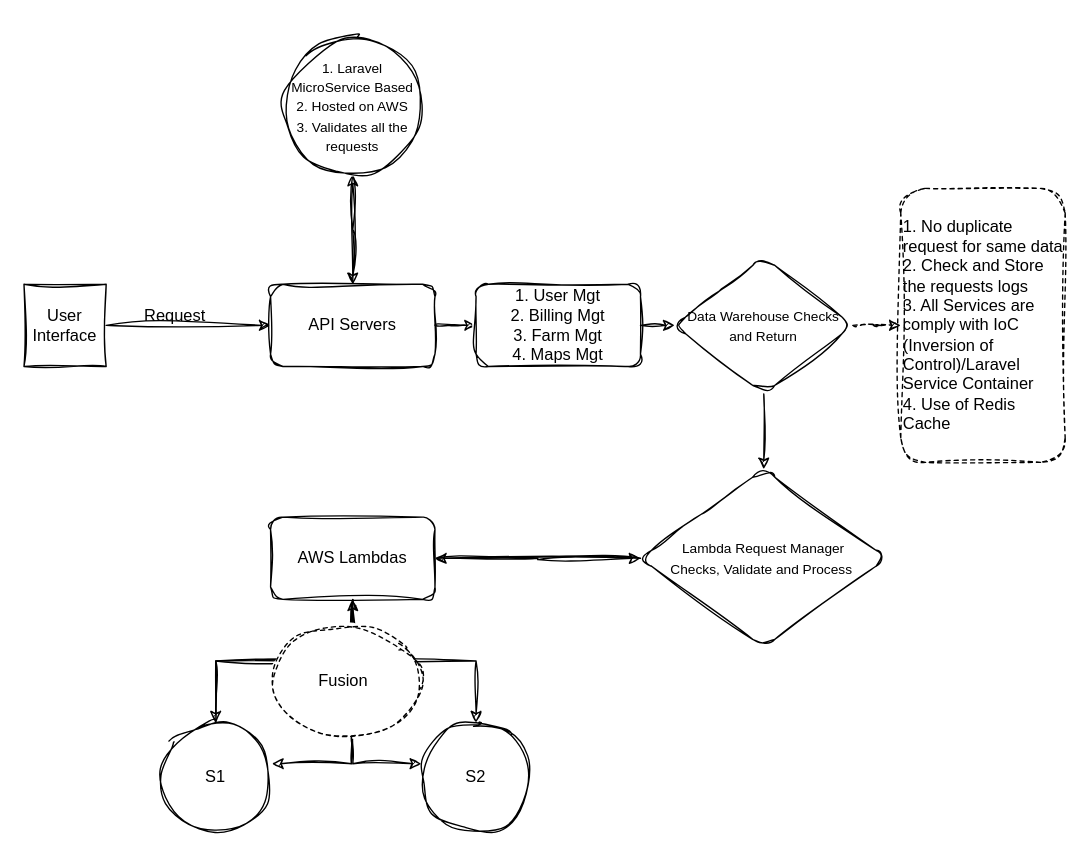
Earlier version of the draw.io diagram SpaceNus-BackEnd_API_Services.drawio (AsifKibria/SpaceNus-API-Diagram). Source tidied: cells renumbered, new cells numbered last; positions are measured from the earlier drawing's top-left corner, leaving out a move shared by most shapes. Both pictures are drawn from the tidied source at 137%, with x=0, y=0 at pixel (23, 37).
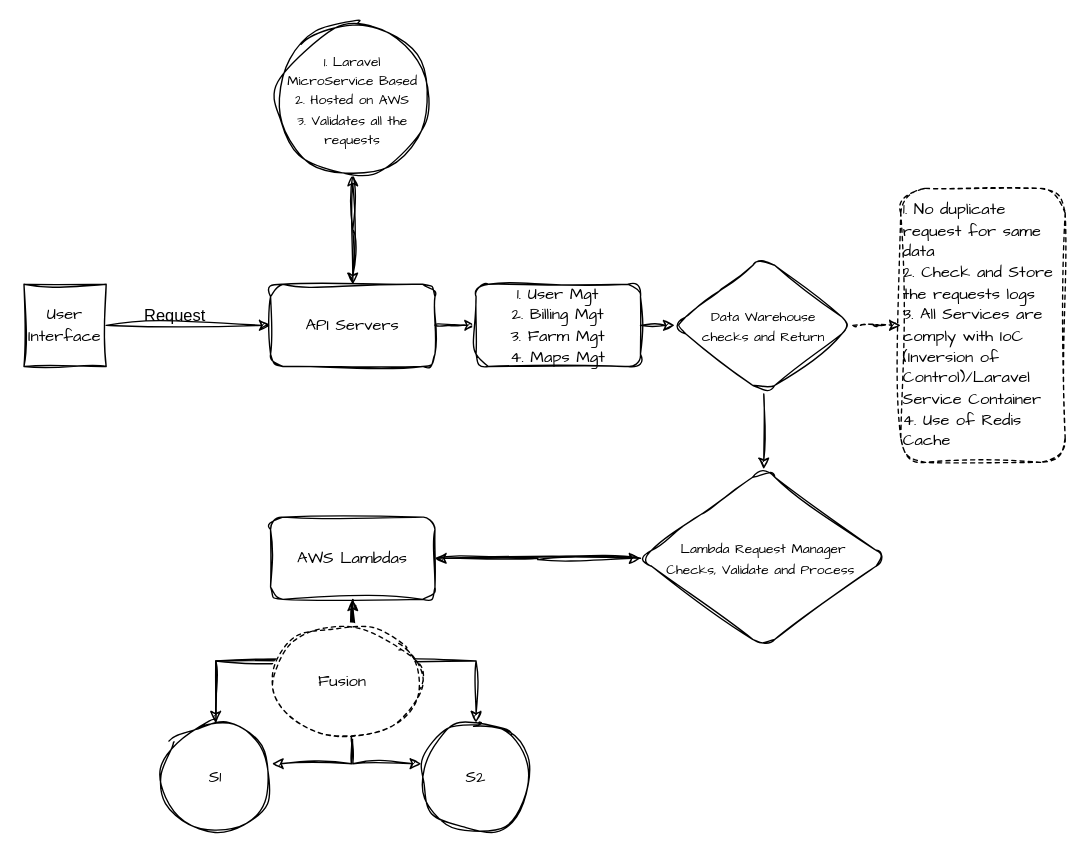
After the change.

The edit, as a diff of the source:
```diff
@@
-    <mxCell id="3" value="User Interface" style="whiteSpace=wrap;html=1;sketch=1;curveFitting=1;jiggle=2;labelBackgroundColor=none;" parent="1" vertex="1">
+    <mxCell id="3" value="&lt;font face=&quot;Comic Sans MS&quot;&gt;User Interface&lt;/font&gt;" style="whiteSpace=wrap;html=1;sketch=1;curveFitting=1;jiggle=2;labelBackgroundColor=none;" parent="1" vertex="1">
       <mxGeometry y="180" width="60" height="60" as="geometry" />
     </mxCell>
@@
-    <mxCell id="6" value="API Servers&lt;br&gt;" style="rounded=1;whiteSpace=wrap;html=1;sketch=1;curveFitting=1;jiggle=2;labelBackgroundColor=none;" parent="1" vertex="1">
+    <mxCell id="6" value="&lt;font face=&quot;Comic Sans MS&quot;&gt;API Servers&lt;/font&gt;" style="rounded=1;whiteSpace=wrap;html=1;sketch=1;curveFitting=1;jiggle=2;labelBackgroundColor=none;" parent="1" vertex="1">
       <mxGeometry x="180" y="180" width="120" height="60" as="geometry" />
     </mxCell>
@@
-    <mxCell id="10" value="AWS Lambdas" style="rounded=1;whiteSpace=wrap;html=1;sketch=1;curveFitting=1;jiggle=2;labelBackgroundColor=none;" parent="1" vertex="1">
+    <mxCell id="10" value="&lt;font face=&quot;Comic Sans MS&quot;&gt;AWS Lambdas&lt;/font&gt;" style="rounded=1;whiteSpace=wrap;html=1;sketch=1;curveFitting=1;jiggle=2;labelBackgroundColor=none;" parent="1" vertex="1">
       <mxGeometry x="180" y="350" width="120" height="60" as="geometry" />
     </mxCell>
@@
-    <mxCell id="12" value="S2" style="ellipse;whiteSpace=wrap;html=1;rounded=1;sketch=1;curveFitting=1;jiggle=2;labelBackgroundColor=none;" parent="1" vertex="1">
+    <mxCell id="12" value="&lt;font face=&quot;Comic Sans MS&quot;&gt;S2&lt;/font&gt;" style="ellipse;whiteSpace=wrap;html=1;rounded=1;sketch=1;curveFitting=1;jiggle=2;labelBackgroundColor=none;" parent="1" vertex="1">
       <mxGeometry x="290" y="500" width="80" height="80" as="geometry" />
     </mxCell>
@@
-    <mxCell id="16" value="&lt;font style=&quot;font-size: 10px;&quot;&gt;Data Warehouse Checks and Return&lt;/font&gt;" style="rhombus;whiteSpace=wrap;html=1;rounded=1;sketch=1;curveFitting=1;jiggle=2;labelBackgroundColor=none;" parent="1" vertex="1">
+    <mxCell id="16" value="&lt;font face=&quot;Comic Sans MS&quot; style=&quot;font-size: 10px;&quot;&gt;Data Warehouse &lt;br&gt;checks and Return&lt;/font&gt;" style="rhombus;whiteSpace=wrap;html=1;rounded=1;sketch=1;curveFitting=1;jiggle=2;labelBackgroundColor=none;" parent="1" vertex="1">
       <mxGeometry x="475" y="160" width="130" height="100" as="geometry" />
     </mxCell>
@@
-    <mxCell id="18" value="&lt;font style=&quot;font-size: 10px;&quot;&gt;1. Laravel MicroService Based&lt;br&gt;2. Hosted on AWS&lt;br&gt;3. Validates all the requests&lt;br&gt;&lt;/font&gt;" style="ellipse;whiteSpace=wrap;html=1;rounded=1;sketch=1;curveFitting=1;jiggle=2;labelBackgroundColor=none;" parent="1" vertex="1">
-      <mxGeometry x="190" width="100" height="100" as="geometry" />
+    <mxCell id="18" value="&lt;font style=&quot;font-size: 10px;&quot;&gt;&lt;font face=&quot;Comic Sans MS&quot;&gt;1. Laravel MicroService Based&lt;br&gt;2. Hosted on AWS&lt;br&gt;3. Validates all the requests&lt;/font&gt;&lt;br&gt;&lt;/font&gt;" style="ellipse;whiteSpace=wrap;html=1;rounded=1;sketch=1;curveFitting=1;jiggle=2;labelBackgroundColor=none;" parent="1" vertex="1">
+      <mxGeometry x="185" y="-10" width="110" height="110" as="geometry" />
     </mxCell>
@@
-    <mxCell id="21" value="Fusion&amp;nbsp;" style="ellipse;whiteSpace=wrap;html=1;align=center;dashed=1;sketch=1;curveFitting=1;jiggle=2;labelBackgroundColor=none;" parent="1" vertex="1">
+    <mxCell id="21" value="&lt;font face=&quot;Comic Sans MS&quot;&gt;Fusion&amp;nbsp;&lt;/font&gt;" style="ellipse;whiteSpace=wrap;html=1;align=center;dashed=1;sketch=1;curveFitting=1;jiggle=2;labelBackgroundColor=none;" parent="1" vertex="1">
       <mxGeometry x="180" y="430" width="110" height="80" as="geometry" />
     </mxCell>
@@
-    <mxCell id="23" value="S1" style="ellipse;whiteSpace=wrap;html=1;rounded=1;sketch=1;curveFitting=1;jiggle=2;labelBackgroundColor=none;" parent="1" vertex="1">
+    <mxCell id="23" value="&lt;font face=&quot;Comic Sans MS&quot;&gt;S1&lt;/font&gt;" style="ellipse;whiteSpace=wrap;html=1;rounded=1;sketch=1;curveFitting=1;jiggle=2;labelBackgroundColor=none;" parent="1" vertex="1">
       <mxGeometry x="100" y="500" width="80" height="80" as="geometry" />
     </mxCell>
@@
-    <mxCell id="25" value="&lt;font style=&quot;font-size: 10px;&quot;&gt;Lambda Request Manager&lt;br&gt;Checks, Validate and Process&amp;nbsp;&lt;br&gt;&lt;/font&gt;" style="rhombus;whiteSpace=wrap;html=1;rounded=1;sketch=1;curveFitting=1;jiggle=2;labelBackgroundColor=none;" parent="1" vertex="1">
+    <mxCell id="25" value="&lt;font style=&quot;font-size: 10px;&quot;&gt;&lt;font face=&quot;Comic Sans MS&quot;&gt;Lambda Request Manager&lt;br&gt;Checks, Validate and Process&amp;nbsp;&lt;/font&gt;&lt;br&gt;&lt;/font&gt;" style="rhombus;whiteSpace=wrap;html=1;rounded=1;sketch=1;curveFitting=1;jiggle=2;labelBackgroundColor=none;" parent="1" vertex="1">
       <mxGeometry x="450" y="315" width="180" height="130" as="geometry" />
     </mxCell>
-    <mxCell id="26" value="&lt;div style=&quot;&quot;&gt;&lt;span style=&quot;background-color: initial;&quot;&gt;1. No duplicate request for same data&lt;/span&gt;&lt;/div&gt;2. Check and Store the requests logs&lt;br&gt;3. All Services are comply with IoC (Inversion of Control)/Laravel Service Container&lt;br&gt;4. Use of Redis Cache&lt;br&gt;" style="whiteSpace=wrap;html=1;rounded=1;dashed=1;align=left;sketch=1;curveFitting=1;jiggle=2;labelBackgroundColor=none;" parent="1" vertex="1">
+    <mxCell id="26" value="&lt;div style=&quot;&quot;&gt;&lt;span style=&quot;background-color: initial;&quot;&gt;&lt;font face=&quot;Comic Sans MS&quot;&gt;1. No duplicate request for same data&lt;/font&gt;&lt;/span&gt;&lt;/div&gt;&lt;font face=&quot;Comic Sans MS&quot;&gt;2. Check and Store the requests logs&lt;br&gt;3. All Services are comply with IoC (Inversion of Control)/Laravel Service Container&lt;br&gt;4. Use of Redis Cache&lt;/font&gt;" style="whiteSpace=wrap;html=1;rounded=1;dashed=1;align=left;sketch=1;curveFitting=1;jiggle=2;labelBackgroundColor=none;" parent="1" vertex="1">
       <mxGeometry x="640" y="110" width="120" height="200" as="geometry" />
     </mxCell>
@@
-    <mxCell id="28" value="1. User Mgt&lt;br&gt;2. Billing Mgt&lt;br&gt;3. Farm Mgt&lt;br&gt;4. Maps Mgt" style="whiteSpace=wrap;html=1;rounded=1;align=center;sketch=1;curveFitting=1;jiggle=2;labelBackgroundColor=none;" parent="1" vertex="1">
+    <mxCell id="28" value="&lt;font face=&quot;Comic Sans MS&quot;&gt;1. User Mgt&lt;br&gt;2. Billing Mgt&lt;br&gt;3. Farm Mgt&lt;br&gt;4. Maps Mgt&lt;/font&gt;" style="whiteSpace=wrap;html=1;rounded=1;align=center;sketch=1;curveFitting=1;jiggle=2;labelBackgroundColor=none;" parent="1" vertex="1">
       <mxGeometry x="330" y="180" width="120" height="60" as="geometry" />
     </mxCell>
```
